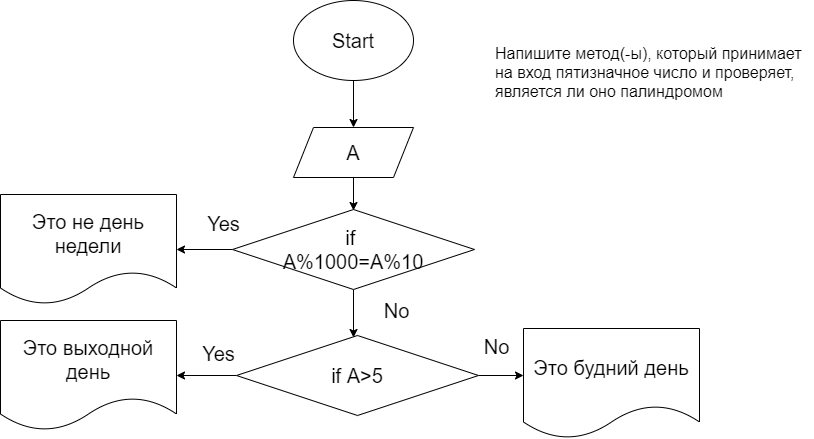
This is Homework/Homework_03/Exercise019/diagram019.drawio.png from SergeiTimokhin/Introduction_to_programming_languages, a draw.io export, as it was before one commit. Source tidied: cells renumbered, new cells last; positions are measured from the earlier drawing's top-left corner, leaving out a move shared by most shapes.
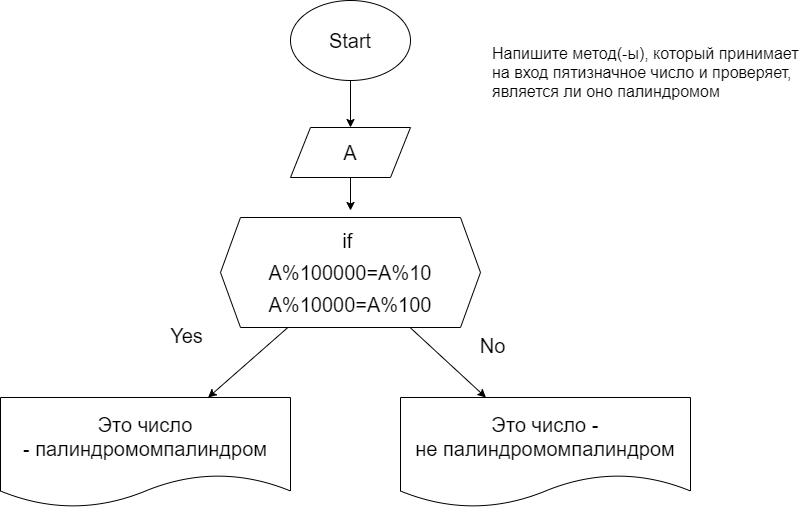
Above is the later version.

Commit message:
Задача №019 ДЗ №3 решена

Change to the diagram source:
```diff
@@ -16,51 +16,29 @@
     <mxCell id="5" value="A" style="shape=parallelogram;perimeter=parallelogramPerimeter;whiteSpace=wrap;html=1;fixedSize=1;fontSize=20;" parent="1" vertex="1">
       <mxGeometry x="293" y="127" width="120" height="50" as="geometry" />
     </mxCell>
-    <mxCell id="6" style="edgeStyle=none;html=1;fontSize=20;" parent="1" edge="1" source="8" target="9">
-      <mxGeometry relative="1" as="geometry" />
-    </mxCell>
-    <mxCell id="7" style="edgeStyle=none;html=1;fontSize=20;" parent="1" edge="1" source="8">
-      <mxGeometry relative="1" as="geometry">
-        <mxPoint x="353" y="337" as="targetPoint" />
-      </mxGeometry>
-    </mxCell>
-    <mxCell id="8" value="if&amp;nbsp;&lt;br&gt;A%1000=A%10" style="rhombus;whiteSpace=wrap;html=1;fontSize=20;" parent="1" vertex="1">
-      <mxGeometry x="232" y="209" width="242" height="80" as="geometry" />
-    </mxCell>
-    <mxCell id="9" value="Это не день недели" style="shape=document;whiteSpace=wrap;html=1;boundedLbl=1;fontSize=20;" parent="1" vertex="1">
-      <mxGeometry y="194" width="176" height="110" as="geometry" />
-    </mxCell>
-    <mxCell id="10" value="Yes" style="text;html=1;align=center;verticalAlign=middle;strokeColor=none;fillColor=none;fontSize=20;" parent="1" vertex="1">
-      <mxGeometry x="197" y="205" width="51" height="36" as="geometry" />
-    </mxCell>
-    <mxCell id="11" value="No" style="text;html=1;align=center;verticalAlign=middle;strokeColor=none;fillColor=none;fontSize=20;" parent="1" vertex="1">
-      <mxGeometry x="374" y="292" width="44" height="36" as="geometry" />
-    </mxCell>
-    <mxCell id="12" style="edgeStyle=none;html=1;fontSize=20;" parent="1" edge="1" source="14">
-      <mxGeometry relative="1" as="geometry">
-        <mxPoint x="523" y="375" as="targetPoint" />
-      </mxGeometry>
-    </mxCell>
-    <mxCell id="13" style="edgeStyle=none;html=1;fontSize=16;" parent="1" edge="1" source="14" target="18">
-      <mxGeometry relative="1" as="geometry" />
-    </mxCell>
-    <mxCell id="14" value="if A&amp;gt;5" style="rhombus;whiteSpace=wrap;html=1;fontSize=20;" parent="1" vertex="1">
-      <mxGeometry x="236" y="335" width="242" height="80" as="geometry" />
-    </mxCell>
     <mxCell id="15" value="Yes" style="text;html=1;align=center;verticalAlign=middle;strokeColor=none;fillColor=none;fontSize=20;" parent="1" vertex="1">
-      <mxGeometry x="193" y="335" width="51" height="36" as="geometry" />
+      <mxGeometry x="163" y="317" width="51" height="36" as="geometry" />
     </mxCell>
     <mxCell id="16" value="No" style="text;html=1;align=center;verticalAlign=middle;strokeColor=none;fillColor=none;fontSize=20;" parent="1" vertex="1">
-      <mxGeometry x="474" y="328" width="44" height="36" as="geometry" />
+      <mxGeometry x="473" y="327" width="44" height="36" as="geometry" />
     </mxCell>
     <mxCell id="17" value="Напишите метод(-ы), который принимает на вход пятизначное число и проверяет, является ли оно палиндромом" style="text;whiteSpace=wrap;html=1;fontSize=16;" parent="1" vertex="1">
       <mxGeometry x="493" y="37" width="320" height="80" as="geometry" />
     </mxCell>
-    <mxCell id="18" value="Это выходной день&lt;br&gt;" style="shape=document;whiteSpace=wrap;html=1;boundedLbl=1;fontSize=20;" parent="1" vertex="1">
-      <mxGeometry y="320" width="176" height="110" as="geometry" />
+    <mxCell id="18" value="Это число -&amp;nbsp;&lt;span style=&quot;font-size: 20px; text-align: left;&quot;&gt;палиндромом&lt;/span&gt;&lt;span style=&quot;font-size: 20px; text-align: left;&quot;&gt;палиндром&lt;/span&gt;" style="shape=document;whiteSpace=wrap;html=1;boundedLbl=1;fontSize=20;" parent="1" vertex="1">
+      <mxGeometry x="3" y="397" width="290" height="110" as="geometry" />
     </mxCell>
-    <mxCell id="19" value="Это будний день" style="shape=document;whiteSpace=wrap;html=1;boundedLbl=1;fontSize=20;" parent="1" vertex="1">
-      <mxGeometry x="523" y="328" width="176" height="110" as="geometry" />
-    </mxCell>
+    <mxCell id="20" style="edgeStyle=none;html=1;fontSize=20;" parent="1" edge="1" source="22" target="23">
+      <mxGeometry relative="1" as="geometry" />
+    </mxCell>
+    <mxCell id="21" style="edgeStyle=none;html=1;fontSize=20;" parent="1" edge="1" source="22" target="18">
+      <mxGeometry relative="1" as="geometry" />
+    </mxCell>
+    <mxCell id="22" value="&lt;span style=&quot;font-size: 20px;&quot;&gt;if&amp;nbsp;&lt;/span&gt;&lt;br style=&quot;font-size: 20px;&quot;&gt;&lt;span style=&quot;font-size: 20px;&quot;&gt;A%100000=A%10&lt;/span&gt;&lt;br style=&quot;font-size: 20px;&quot;&gt;&lt;span style=&quot;font-size: 20px;&quot;&gt;A%10000=A%100&lt;/span&gt;" style="shape=hexagon;perimeter=hexagonPerimeter2;whiteSpace=wrap;html=1;fixedSize=1;" parent="1" vertex="1">
+      <mxGeometry x="223" y="217" width="260" height="110" as="geometry" />
+    </mxCell>
+    <mxCell id="23" value="Это число - не&amp;nbsp;&lt;span style=&quot;font-size: 20px; text-align: left;&quot;&gt;палиндромом&lt;/span&gt;&lt;span style=&quot;font-size: 20px; text-align: left;&quot;&gt;палиндром&lt;/span&gt;" style="shape=document;whiteSpace=wrap;html=1;boundedLbl=1;fontSize=20;" parent="1" vertex="1">
+      <mxGeometry x="403" y="397" width="290" height="110" as="geometry" />
+    </mxCell>
   </root>
 </mxGraphModel>
```
